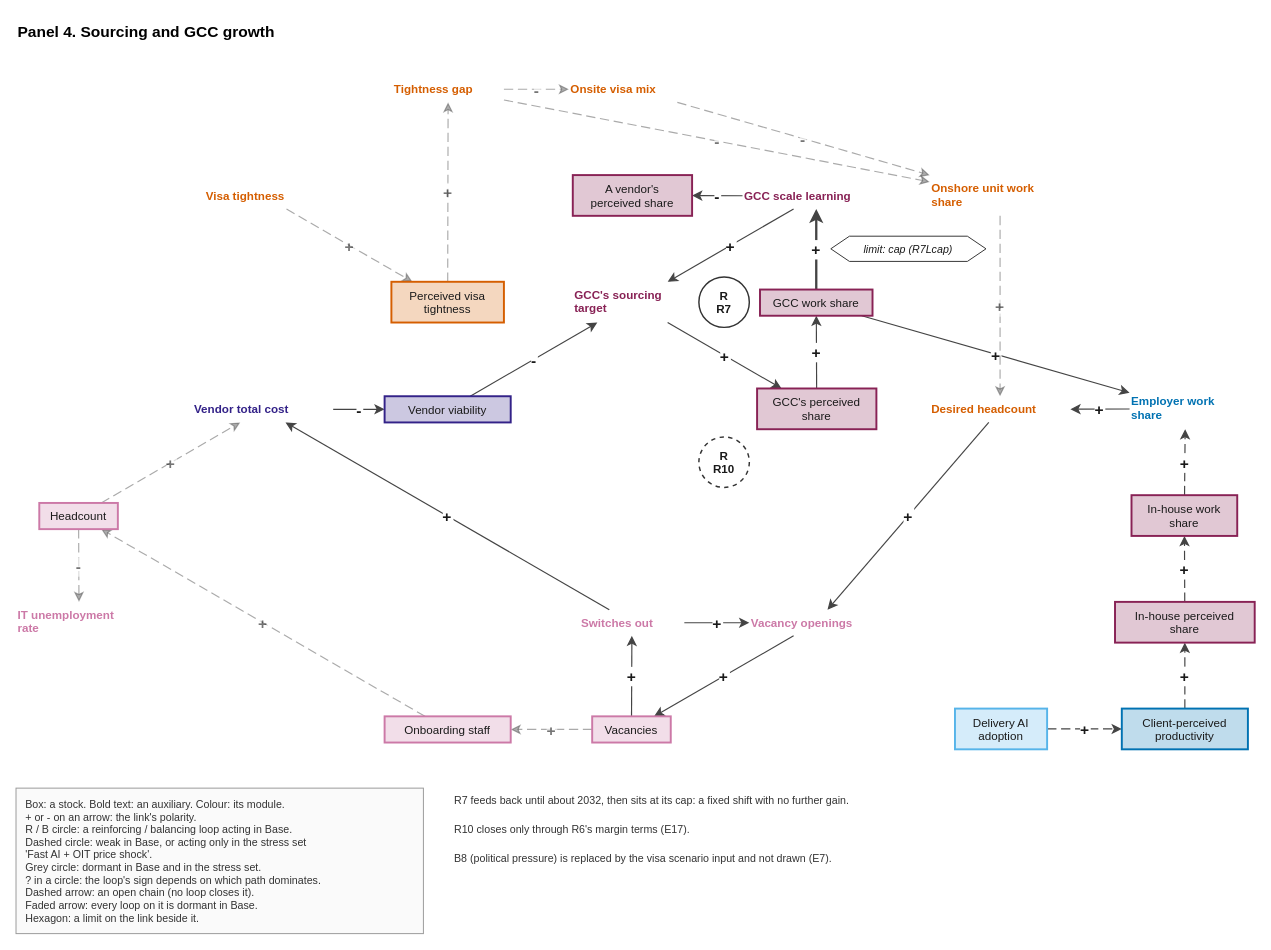
Before: docs/model/diagrams/panel-sourcing.drawio in stravoris-tech/ai-it-labour-sim, a draw.io diagram. Source tidied: cells renumbered, new cells numbered last; positions are measured from the earlier drawing's top-left corner, leaving out a move shared by most shapes. Both pictures are drawn from the tidied source at 97%, with x=0, y=0 at pixel (16, 16).
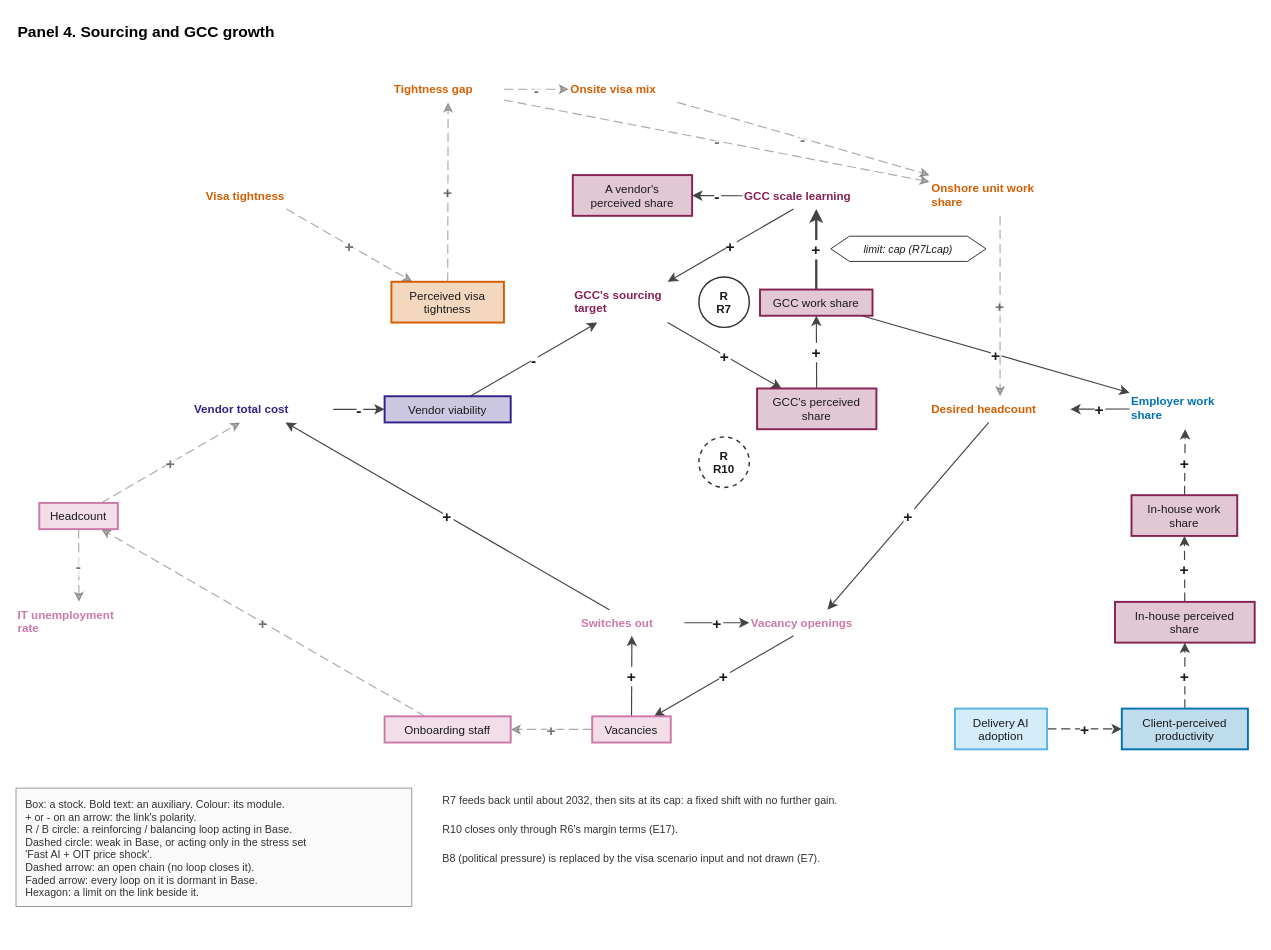
After the change.

Change to the diagram source:
```diff
@@
-    <mxCell id="58" value="Box: a stock. Bold text: an auxiliary. Colour: its module.&#10;+ or - on an arrow: the link's polarity.&#10;R / B circle: a reinforcing / balancing loop acting in Base.&#10;Dashed circle: weak in Base, or acting only in the stress set&#10;  'Fast AI + OIT price shock'.&#10;Grey circle: dormant in Base and in the stress set.&#10;? in a circle: the loop's sign depends on which path dominates.&#10;Dashed arrow: an open chain (no loop closes it).&#10;Faded arrow: every loop on it is dormant in Base.&#10;Hexagon: a limit on the link beside it." style="html=0;fontFamily=Helvetica;fontSize=12;text;align=left;verticalAlign=top;spacingLeft=8;spacingTop=4;fontSize=11;strokeColor=#999999;fillColor=#FAFAFA;fontColor=#333333;" parent="1" vertex="1">
-      <mxGeometry y="796" width="420" height="150" as="geometry" />
+    <mxCell id="58" value="Box: a stock. Bold text: an auxiliary. Colour: its module.&#10;+ or - on an arrow: the link's polarity.&#10;R / B circle: a reinforcing / balancing loop acting in Base.&#10;Dashed circle: weak in Base, or acting only in the stress set&#10;  'Fast AI + OIT price shock'.&#10;Dashed arrow: an open chain (no loop closes it).&#10;Faded arrow: every loop on it is dormant in Base.&#10;Hexagon: a limit on the link beside it." style="html=0;fontFamily=Helvetica;fontSize=12;text;align=left;verticalAlign=top;spacingLeft=8;spacingTop=4;fontSize=11;strokeColor=#999999;fillColor=#FAFAFA;fontColor=#333333;" parent="1" vertex="1">
+      <mxGeometry y="796" width="408" height="122" as="geometry" />
     </mxCell>
     <mxCell id="59" value="R7 feeds back until about 2032, then sits at its cap: a fixed shift with no further gain." style="html=0;fontFamily=Helvetica;fontSize=12;text;align=left;verticalAlign=top;fontSize=11;strokeColor=none;fillColor=none;fontColor=#333333;" parent="1" vertex="1">
-      <mxGeometry x="450" y="796" width="586" height="26" as="geometry" />
+      <mxGeometry x="438" y="796" width="586" height="26" as="geometry" />
     </mxCell>
     <mxCell id="60" value="R10 closes only through R6's margin terms (E17)." style="html=0;fontFamily=Helvetica;fontSize=12;text;align=left;verticalAlign=top;fontSize=11;strokeColor=none;fillColor=none;fontColor=#333333;" parent="1" vertex="1">
-      <mxGeometry x="450" y="826" width="325" height="26" as="geometry" />
+      <mxGeometry x="438" y="826" width="325" height="26" as="geometry" />
     </mxCell>
     <mxCell id="61" value="B8 (political pressure) is replaced by the visa scenario input and not drawn (E7)." style="html=0;fontFamily=Helvetica;fontSize=12;text;align=left;verticalAlign=top;fontSize=11;strokeColor=none;fillColor=none;fontColor=#333333;" parent="1" vertex="1">
-      <mxGeometry x="450" y="856" width="542" height="26" as="geometry" />
+      <mxGeometry x="438" y="856" width="542" height="26" as="geometry" />
     </mxCell>
```
